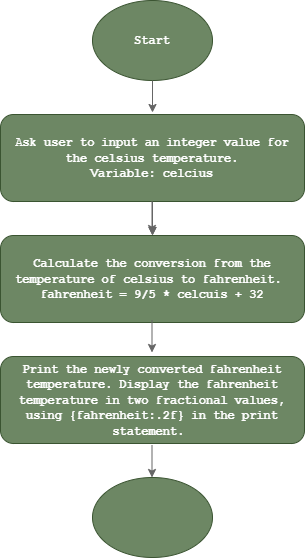
Before: hello2.png, a diagram exported from draw.io (michallef/hello.drawio). Source tidied: cells renumbered, new cells last; positions are measured from the earlier drawing's top-left corner, leaving out a move shared by most shapes.
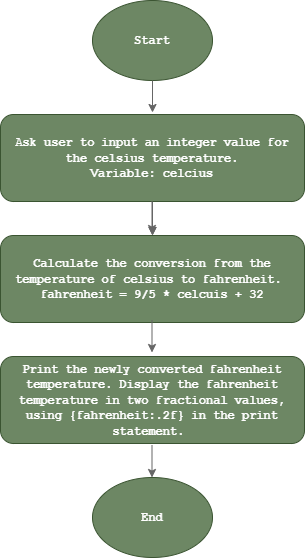
After the change.

The edit, as a diff of the source:
```diff
@@ -43,7 +43,7 @@
         <mxPoint x="151.5" y="477" as="targetPoint" />
       </mxGeometry>
     </mxCell>
-    <mxCell id="12" style="ellipse;whiteSpace=wrap;html=1;fillColor=#6d8764;fontColor=#ffffff;strokeColor=#3A5431;" parent="1" vertex="1">
+    <mxCell id="12" value="&lt;font face=&quot;Courier New&quot;&gt;&lt;b&gt;End&lt;/b&gt;&lt;/font&gt;" style="ellipse;whiteSpace=wrap;html=1;fillColor=#6d8764;fontColor=#ffffff;strokeColor=#3A5431;" parent="1" vertex="1">
       <mxGeometry x="92" y="477" width="120" height="80" as="geometry" />
     </mxCell>
   </root>
```
